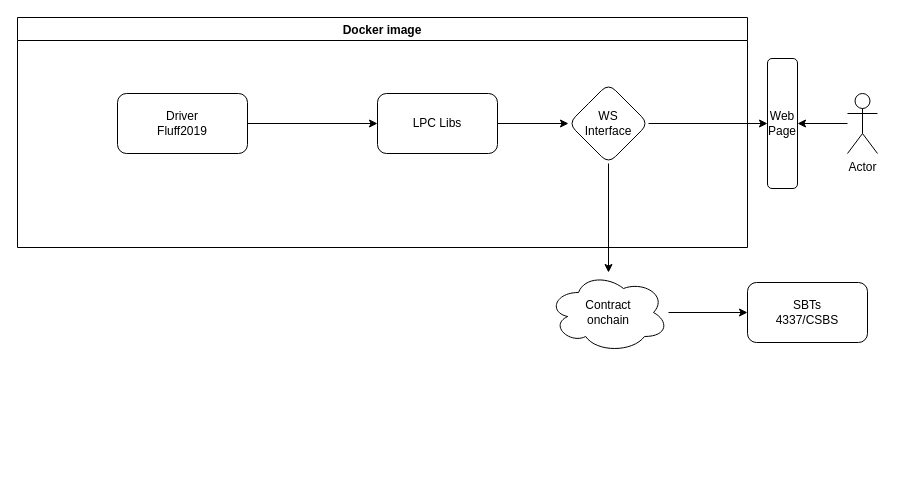
This is page "page2" (2 of 2) of docs/Textverse.drawio from twinsant/ethos, a draw.io file, before an edit. Source tidied: cells renumbered, new cells numbered last; positions are measured from the earlier drawing's top-left corner, leaving out a move shared by most shapes. Both pictures are drawn from the tidied source at 100%, with x=0, y=0 at pixel (17, 17).
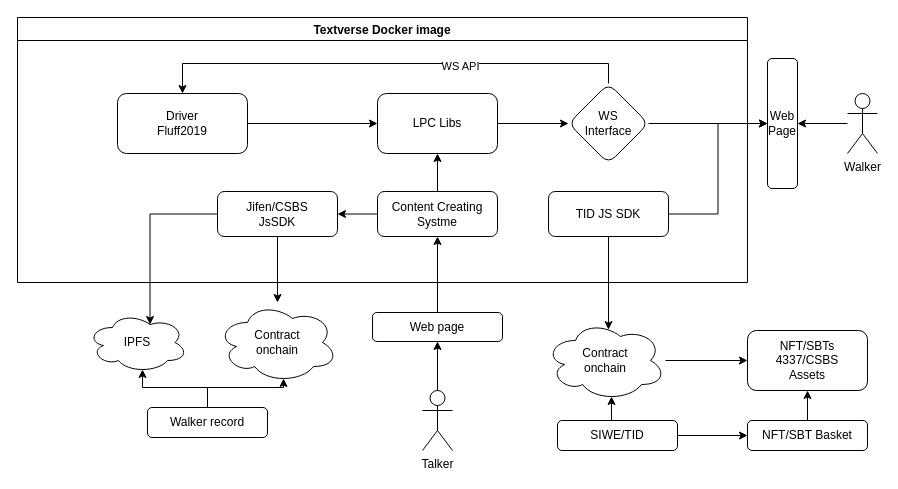
Above is the later version.

Unchanged cells that the change refers to:
```xml
<mxCell id="4" value="Driver&lt;br&gt;Fluff2019" style="rounded=1;whiteSpace=wrap;html=1;" parent="2" vertex="1">
  <mxGeometry x="100" y="76" width="130" height="60" as="geometry" />
</mxCell>
<mxCell id="6" value="LPC Libs" style="rounded=1;whiteSpace=wrap;html=1;" parent="2" vertex="1">
  <mxGeometry x="360" y="76" width="120" height="60" as="geometry" />
</mxCell>
<mxCell id="7" value="WS&lt;br&gt;Interface" style="rhombus;whiteSpace=wrap;html=1;rounded=1;" parent="2" vertex="1">
  <mxGeometry x="551" y="66" width="80" height="80" as="geometry" />
</mxCell>
<mxCell id="14" value="Web&lt;br&gt;Page" style="rounded=1;whiteSpace=wrap;html=1;" parent="1" vertex="1">
  <mxGeometry x="750" y="41" width="30" height="130" as="geometry" />
</mxCell>
```

The edit, as a diff of the source:
```diff
@@
-    <mxCell id="2" value="Docker image" style="swimlane;" parent="1" vertex="1">
-      <mxGeometry width="730" height="230" as="geometry" />
+    <mxCell id="2" value="Textverse Docker image" style="swimlane;" parent="1" vertex="1">
+      <mxGeometry width="730" height="265" as="geometry" />
     </mxCell>
@@
+    <mxCell id="16" style="edgeStyle=orthogonalEdgeStyle;rounded=0;jettySize=auto;html=1;exitX=0.5;exitY=0;exitDx=0;exitDy=0;entryX=0.5;entryY=0;entryDx=0;entryDy=0;" parent="2" edge="1" source="7" target="4">
+      <mxGeometry relative="1" as="geometry" />
+    </mxCell>
+    <mxCell id="17" value="WS API" style="edgeLabel;html=1;align=center;verticalAlign=middle;" parent="16" vertex="1">
+      <mxGeometry x="-0.29" y="2" relative="1" as="geometry" />
+    </mxCell>
@@
+    <mxCell id="18" value="TID JS SDK" style="rounded=1;whiteSpace=wrap;html=1;" parent="2" vertex="1">
+      <mxGeometry x="531" y="174" width="120" height="45" as="geometry" />
+    </mxCell>
+    <mxCell id="19" style="edgeStyle=orthogonalEdgeStyle;rounded=0;jettySize=auto;html=1;" parent="2" edge="1" source="21" target="6">
+      <mxGeometry relative="1" as="geometry" />
+    </mxCell>
+    <mxCell id="20" style="edgeStyle=orthogonalEdgeStyle;rounded=0;jettySize=auto;html=1;" parent="2" edge="1" source="21" target="22">
+      <mxGeometry relative="1" as="geometry" />
+    </mxCell>
+    <mxCell id="21" value="Content Creating Systme" style="rounded=1;whiteSpace=wrap;html=1;" parent="2" vertex="1">
+      <mxGeometry x="360" y="174" width="120" height="45" as="geometry" />
+    </mxCell>
+    <mxCell id="22" value="Jifen/CSBS&lt;br&gt;JsSDK" style="rounded=1;whiteSpace=wrap;html=1;" parent="2" vertex="1">
+      <mxGeometry x="200" y="174" width="120" height="45" as="geometry" />
+    </mxCell>
-    <mxCell id="8" value="SBTs&lt;br&gt;4337/CSBS" style="rounded=1;whiteSpace=wrap;html=1;" parent="1" vertex="1">
-      <mxGeometry x="730" y="265" width="120" height="60" as="geometry" />
+    <mxCell id="8" value="NFT/SBTs&lt;br&gt;4337/CSBS&lt;br&gt;Assets" style="rounded=1;whiteSpace=wrap;html=1;" parent="1" vertex="1">
+      <mxGeometry x="730" y="313" width="120" height="60" as="geometry" />
     </mxCell>
@@
     <mxCell id="10" value="Contract&lt;br&gt;onchain" style="ellipse;shape=cloud;whiteSpace=wrap;html=1;" parent="1" vertex="1">
-      <mxGeometry x="531" y="255" width="120" height="80" as="geometry" />
+      <mxGeometry x="528" y="303" width="120" height="80" as="geometry" />
     </mxCell>
-    <mxCell id="11" style="edgeStyle=orthogonalEdgeStyle;rounded=0;jettySize=auto;html=1;" parent="1" edge="1" source="7" target="10">
-      <mxGeometry relative="1" as="geometry" />
-    </mxCell>
@@
-    <mxCell id="13" value="Actor" style="shape=umlActor;verticalLabelPosition=bottom;verticalAlign=top;html=1;outlineConnect=0;" parent="1" vertex="1">
+    <mxCell id="13" value="Walker" style="shape=umlActor;verticalLabelPosition=bottom;verticalAlign=top;html=1;outlineConnect=0;" parent="1" vertex="1">
       <mxGeometry x="830" y="76" width="30" height="60" as="geometry" />
     </mxCell>
@@
+    <mxCell id="23" style="edgeStyle=orthogonalEdgeStyle;rounded=0;jettySize=auto;html=1;exitX=1;exitY=0.5;exitDx=0;exitDy=0;entryX=0;entryY=0.5;entryDx=0;entryDy=0;" parent="1" edge="1" source="25" target="27">
+      <mxGeometry relative="1" as="geometry" />
+    </mxCell>
+    <mxCell id="24" style="edgeStyle=orthogonalEdgeStyle;rounded=0;jettySize=auto;html=1;exitX=0.5;exitY=0;exitDx=0;exitDy=0;entryX=0.55;entryY=0.95;entryDx=0;entryDy=0;entryPerimeter=0;" parent="1" edge="1" source="25" target="10">
+      <mxGeometry relative="1" as="geometry" />
+    </mxCell>
+    <mxCell id="25" value="SIWE/TID" style="rounded=1;whiteSpace=wrap;html=1;" parent="1" vertex="1">
+      <mxGeometry x="540" y="403" width="120" height="30" as="geometry" />
+    </mxCell>
+    <mxCell id="26" style="edgeStyle=orthogonalEdgeStyle;rounded=0;jettySize=auto;html=1;exitX=0.5;exitY=0;exitDx=0;exitDy=0;entryX=0.5;entryY=1;entryDx=0;entryDy=0;" parent="1" edge="1" source="27" target="8">
+      <mxGeometry relative="1" as="geometry" />
+    </mxCell>
+    <mxCell id="27" value="NFT/SBT Basket" style="rounded=1;whiteSpace=wrap;html=1;" parent="1" vertex="1">
+      <mxGeometry x="730" y="403" width="120" height="30" as="geometry" />
+    </mxCell>
+    <mxCell id="28" style="edgeStyle=orthogonalEdgeStyle;rounded=0;jettySize=auto;html=1;exitX=0.5;exitY=0;exitDx=0;exitDy=0;entryX=0.55;entryY=0.95;entryDx=0;entryDy=0;entryPerimeter=0;" parent="1" edge="1" source="30" target="39">
+      <mxGeometry relative="1" as="geometry" />
+    </mxCell>
+    <mxCell id="29" style="edgeStyle=orthogonalEdgeStyle;rounded=0;jettySize=auto;html=1;exitX=0.5;exitY=0;exitDx=0;exitDy=0;entryX=0.55;entryY=0.95;entryDx=0;entryDy=0;entryPerimeter=0;" parent="1" edge="1" source="30" target="37">
+      <mxGeometry relative="1" as="geometry" />
+    </mxCell>
+    <mxCell id="30" value="Walker record" style="rounded=1;whiteSpace=wrap;html=1;" parent="1" vertex="1">
+      <mxGeometry x="130" y="390" width="120" height="30" as="geometry" />
+    </mxCell>
+    <mxCell id="31" style="edgeStyle=orthogonalEdgeStyle;rounded=0;jettySize=auto;html=1;entryX=0;entryY=0.5;entryDx=0;entryDy=0;" parent="1" edge="1" source="18" target="14">
+      <mxGeometry relative="1" as="geometry" />
+    </mxCell>
+    <mxCell id="32" style="edgeStyle=orthogonalEdgeStyle;rounded=0;jettySize=auto;html=1;entryX=0.525;entryY=0.114;entryDx=0;entryDy=0;entryPerimeter=0;" parent="1" edge="1" source="18" target="10">
+      <mxGeometry relative="1" as="geometry" />
+    </mxCell>
+    <mxCell id="33" style="edgeStyle=orthogonalEdgeStyle;rounded=0;jettySize=auto;html=1;" parent="1" edge="1" source="34" target="36">
+      <mxGeometry relative="1" as="geometry" />
+    </mxCell>
+    <mxCell id="34" value="Talker" style="shape=umlActor;verticalLabelPosition=bottom;verticalAlign=top;html=1;outlineConnect=0;" parent="1" vertex="1">
+      <mxGeometry x="405" y="373" width="30" height="60" as="geometry" />
+    </mxCell>
+    <mxCell id="35" style="edgeStyle=orthogonalEdgeStyle;rounded=0;jettySize=auto;html=1;" parent="1" edge="1" source="36" target="21">
+      <mxGeometry relative="1" as="geometry" />
+    </mxCell>
+    <mxCell id="36" value="Web page" style="rounded=1;whiteSpace=wrap;html=1;" parent="1" vertex="1">
+      <mxGeometry x="355" y="295" width="130" height="29" as="geometry" />
+    </mxCell>
+    <mxCell id="37" value="Contract&lt;br&gt;onchain" style="ellipse;shape=cloud;whiteSpace=wrap;html=1;" parent="1" vertex="1">
+      <mxGeometry x="200" y="285" width="120" height="80" as="geometry" />
+    </mxCell>
+    <mxCell id="38" style="edgeStyle=orthogonalEdgeStyle;rounded=0;jettySize=auto;html=1;" parent="1" edge="1" source="22" target="37">
+      <mxGeometry relative="1" as="geometry" />
+    </mxCell>
+    <mxCell id="39" value="IPFS" style="ellipse;shape=cloud;whiteSpace=wrap;html=1;align=center;" parent="1" vertex="1">
+      <mxGeometry x="70" y="295" width="100" height="60" as="geometry" />
+    </mxCell>
+    <mxCell id="40" style="edgeStyle=orthogonalEdgeStyle;rounded=0;jettySize=auto;html=1;exitX=0;exitY=0.5;exitDx=0;exitDy=0;entryX=0.625;entryY=0.2;entryDx=0;entryDy=0;entryPerimeter=0;" parent="1" edge="1" source="22" target="39">
+      <mxGeometry relative="1" as="geometry" />
+    </mxCell>
```
